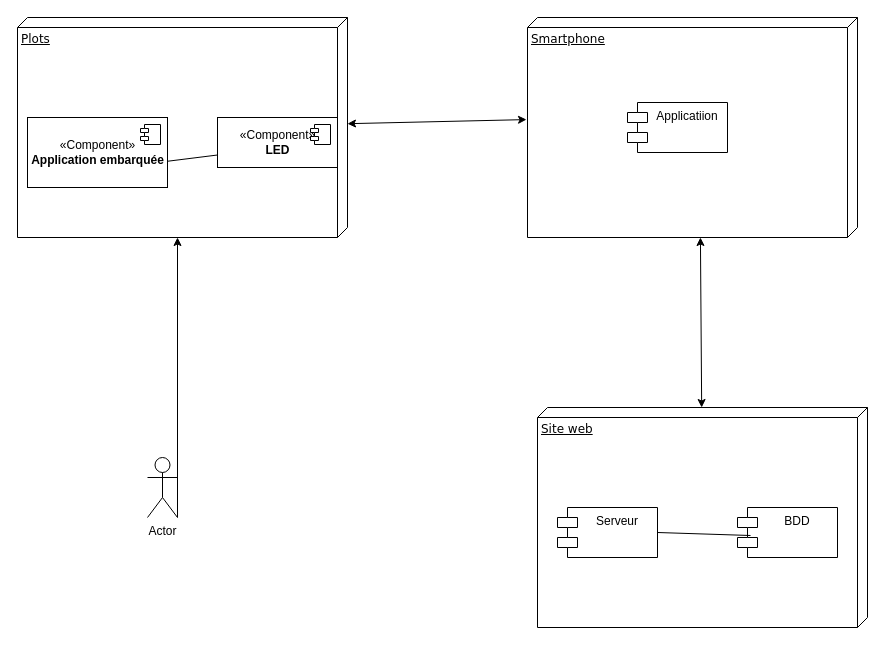
The draw.io diagram 2-Conception/Diagramme de déploiement/Diagramme de déploiement.drawio in Kimaaaaaaa/Plots-_Lumineux_BTS_2022-2024, before the edit. Source tidied: cells renumbered, new cells numbered last; positions are measured from the earlier drawing's top-left corner, leaving out a move shared by most shapes. Both pictures are drawn from the tidied source at 100%, with x=0, y=0 at pixel (17, 17).
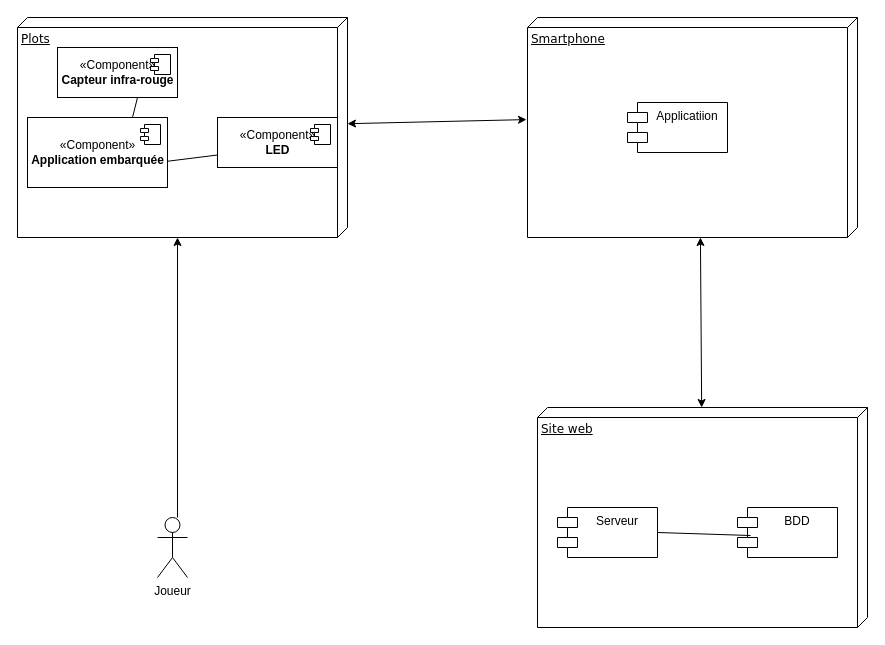
Above is the later version.

The change refers to these unchanged cells:
```xml
<mxCell id="2" value="Plots" style="verticalAlign=top;align=left;spacingTop=8;spacingLeft=2;spacingRight=12;shape=cube;size=10;direction=south;fontStyle=4;html=1;rounded=0;shadow=0;comic=0;labelBackgroundColor=none;strokeWidth=1;fontFamily=Verdana;fontSize=12;" parent="1" vertex="1">
  <mxGeometry width="330" height="220" as="geometry" />
</mxCell>
<mxCell id="3" value="«Component»&lt;br&gt;&lt;b&gt;Application embarquée&lt;br&gt;&lt;/b&gt;" style="html=1;" parent="1" vertex="1">
  <mxGeometry x="10" y="100" width="140" height="70" as="geometry" />
</mxCell>
```

Change to the diagram source:
```diff
@@
-    <mxCell id="9" value="Actor" style="shape=umlActor;verticalLabelPosition=bottom;verticalAlign=top;html=1;" parent="1" vertex="1">
-      <mxGeometry x="130" y="440" width="30" height="60" as="geometry" />
-    </mxCell>
@@
-    <mxCell id="17" style="endArrow=classic;html=1;exitX=1;exitY=1;exitDx=0;exitDy=0;exitPerimeter=0;entryX=0;entryY=0;entryDx=220;entryDy=170;entryPerimeter=0;" parent="1" edge="1" source="9" target="2">
-      <mxGeometry relative="1" as="geometry" />
+    <mxCell id="17" style="endArrow=classic;html=1;exitX=1;exitY=1;exitDx=0;exitDy=0;exitPerimeter=0;entryX=0;entryY=0;entryDx=220;entryDy=170;entryPerimeter=0;" parent="1" edge="1" target="2">
+      <mxGeometry relative="1" as="geometry">
+        <mxPoint x="160" y="500" as="sourcePoint" />
+      </mxGeometry>
     </mxCell>
@@
+    <mxCell id="19" value="«Component»&lt;br&gt;&lt;b&gt;Capteur infra-rouge&lt;/b&gt;" style="html=1;" parent="1" vertex="1">
+      <mxGeometry x="40" y="30" width="120" height="50" as="geometry" />
+    </mxCell>
+    <mxCell id="20" style="shape=component;jettyWidth=8;jettyHeight=4;" parent="19" vertex="1">
+      <mxGeometry x="1" width="20" height="20" relative="1" as="geometry">
+        <mxPoint x="-27" y="7" as="offset" />
+      </mxGeometry>
+    </mxCell>
+    <mxCell id="21" style="endArrow=none;html=1;entryX=0;entryY=0.75;entryDx=0;entryDy=0;exitX=0.75;exitY=0;exitDx=0;exitDy=0;" parent="1" edge="1" source="3">
+      <mxGeometry relative="1" as="geometry">
+        <mxPoint x="120" y="80" as="targetPoint" />
+      </mxGeometry>
+    </mxCell>
+    <mxCell id="22" value="Joueur" style="shape=umlActor;verticalLabelPosition=bottom;verticalAlign=top;html=1;" parent="1" vertex="1">
+      <mxGeometry x="140" y="500" width="30" height="60" as="geometry" />
+    </mxCell>
```
